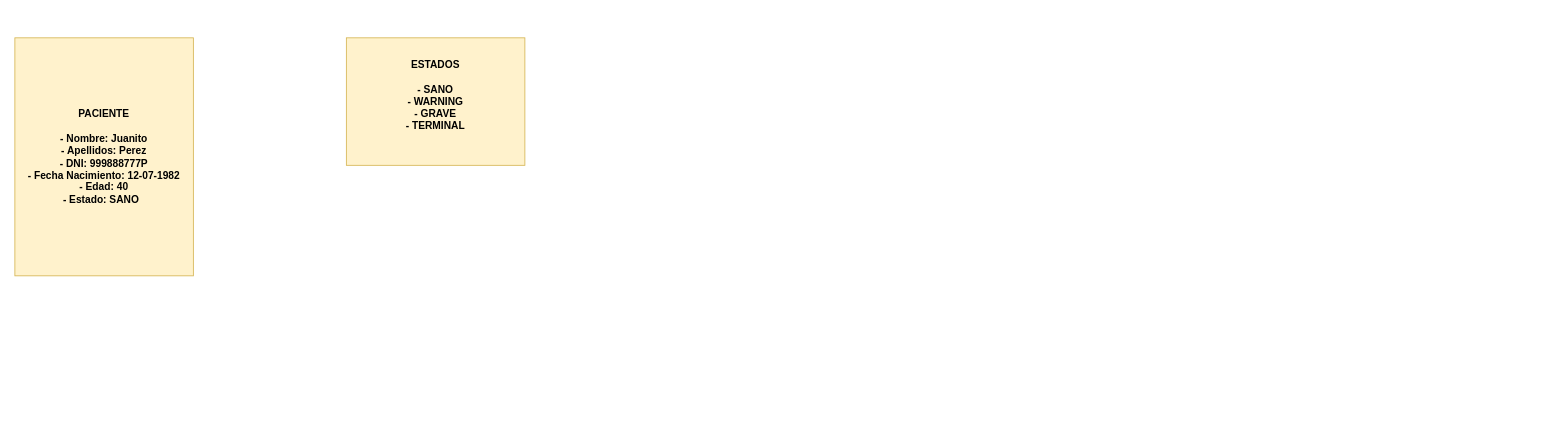
This is page "PACIENTE" (6 of 7) of arch-design/cellprom-arch-functionality.drawio from cellprom/cellprom-arq-doc, a draw.io file, before an edit. Source tidied: cells renumbered, new cells numbered last; positions are measured from the earlier drawing's top-left corner, leaving out a move shared by most shapes. Both pictures are drawn from the tidied source at 85%, with x=0, y=0 at pixel (14, 37).
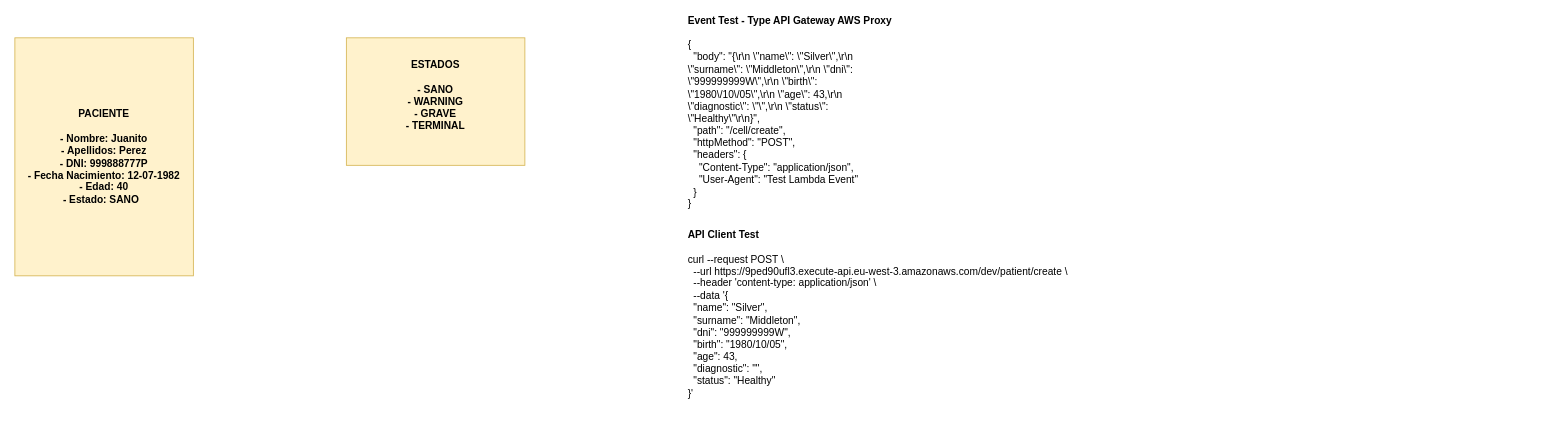
The same diagram, later.

What changed in the source:
```diff
@@
 <mxGraphModel>
   <root>
     <mxCell id="0" />
     <mxCell id="1" parent="0" />
     <mxCell id="2" value="PACIENTE&lt;br&gt;&lt;br&gt;- Nombre: Juanito&lt;br&gt;- Apellidos: Perez&lt;br&gt;- DNI: 999888777P&lt;br&gt;- Fecha Nacimiento: 12-07-1982&lt;br&gt;- Edad: 40&lt;br&gt;- Estado: SANO&amp;nbsp;&amp;nbsp;" style="whiteSpace=wrap;html=1;fillColor=#fff2cc;strokeColor=#d6b656;fontStyle=1;" parent="1" vertex="1">
       <mxGeometry width="210" height="280" as="geometry" />
     </mxCell>
     <mxCell id="3" value="ESTADOS&lt;br&gt;&lt;br&gt;- SANO&lt;br&gt;- WARNING&lt;br&gt;- GRAVE&lt;br&gt;- TERMINAL&lt;br&gt;&amp;nbsp;" style="whiteSpace=wrap;html=1;fillColor=#fff2cc;strokeColor=#d6b656;fontStyle=1;" parent="1" vertex="1">
       <mxGeometry x="390" width="210" height="150" as="geometry" />
     </mxCell>
+    <mxCell id="4" value="&lt;b&gt;Event Test - Type API Gateway AWS Proxy&lt;/b&gt;&lt;div&gt;&lt;br&gt;&lt;/div&gt;&lt;div&gt;&lt;div&gt;{&lt;/div&gt;&lt;div&gt;&amp;nbsp; &quot;body&quot;: &quot;&lt;span style=&quot;color: inherit; font-family: var(--bs-font-monospace); font-size: inherit; background-color: rgb(255, 255, 255); text-wrap: wrap;&quot;&gt;{\r\n  \&quot;name\&quot;: \&quot;Silver\&quot;,\r\n  \&quot;surname\&quot;: \&quot;Middleton\&quot;,\r\n  \&quot;dni\&quot;: \&quot;999999999W\&quot;,\r\n  \&quot;birth\&quot;: \&quot;1980\/10\/05\&quot;,\r\n  \&quot;age\&quot;: 43,\r\n  \&quot;diagnostic\&quot;: \&quot;\&quot;,\r\n  \&quot;status\&quot;: \&quot;Healthy\&quot;\r\n}&lt;/span&gt;&lt;span style=&quot;background-color: initial;&quot;&gt;&quot;,&lt;/span&gt;&lt;/div&gt;&lt;div&gt;&amp;nbsp; &quot;path&quot;: &quot;/cell/create&quot;,&lt;/div&gt;&lt;div&gt;&amp;nbsp; &quot;httpMethod&quot;: &quot;POST&quot;,&lt;/div&gt;&lt;div&gt;&amp;nbsp; &quot;headers&quot;: {&lt;/div&gt;&lt;div&gt;&amp;nbsp; &amp;nbsp; &quot;Content-Type&quot;: &quot;application/json&quot;,&lt;/div&gt;&lt;div&gt;&amp;nbsp; &amp;nbsp; &quot;User-Agent&quot;: &quot;Test Lambda Event&quot;&lt;/div&gt;&lt;div&gt;&amp;nbsp; }&lt;/div&gt;&lt;div&gt;}&lt;/div&gt;&lt;/div&gt;&lt;div&gt;&lt;br&gt;&lt;/div&gt;" style="text;html=1;align=left;verticalAlign=middle;strokeColor=none;fillColor=none;" parent="1" vertex="1">
+      <mxGeometry x="790" width="1010" height="190" as="geometry" />
+    </mxCell>
+    <mxCell id="5" value="&lt;b&gt;API Client Test&lt;/b&gt;&lt;div&gt;&lt;br&gt;&lt;/div&gt;&lt;div&gt;&lt;div&gt;curl --request POST \&lt;/div&gt;&lt;div&gt;&amp;nbsp; --url https://9ped90ufl3.execute-api.eu-west-3.amazonaws.com/dev/patient/create \&lt;/div&gt;&lt;div&gt;&amp;nbsp; --header 'content-type: application/json' \&lt;/div&gt;&lt;div&gt;&amp;nbsp; --data '{&lt;/div&gt;&lt;div&gt;&amp;nbsp; &quot;name&quot;: &quot;Silver&quot;,&lt;/div&gt;&lt;div&gt;&amp;nbsp; &quot;surname&quot;: &quot;Middleton&quot;,&lt;/div&gt;&lt;div&gt;&amp;nbsp; &quot;dni&quot;: &quot;999999999W&quot;,&lt;/div&gt;&lt;div&gt;&amp;nbsp; &quot;birth&quot;: &quot;1980/10/05&quot;,&lt;/div&gt;&lt;div&gt;&amp;nbsp; &quot;age&quot;: 43,&lt;/div&gt;&lt;div&gt;&amp;nbsp; &quot;diagnostic&quot;: &quot;&quot;,&lt;/div&gt;&lt;div&gt;&amp;nbsp; &quot;status&quot;: &quot;Healthy&quot;&lt;/div&gt;&lt;div&gt;}'&lt;/div&gt;&lt;/div&gt;" style="text;html=1;align=left;verticalAlign=middle;strokeColor=none;fillColor=none;" parent="1" vertex="1">
+      <mxGeometry x="790" y="215" width="470" height="220" as="geometry" />
+    </mxCell>
   </root>
 </mxGraphModel>
```
